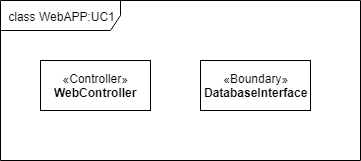
Above: Arkitektur/System Sekvens Diagrammer/USECASE1RPICLAS.png in MkLJensen/iFollow (draw.io), before the change. Source tidied: cells renumbered, new cells last; positions are measured from the earlier drawing's top-left corner, leaving out a move shared by most shapes.
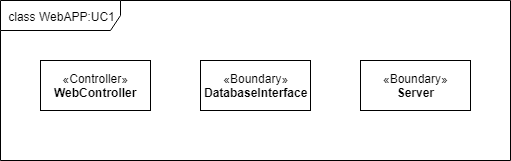
After the commit.

Change to the diagram source:
```diff
@@ -3,7 +3,7 @@
     <mxCell id="0" />
     <mxCell id="1" parent="0" />
     <mxCell id="2" value="class WebAPP:UC1" style="shape=umlFrame;whiteSpace=wrap;html=1;width=120;height=30;" parent="1" vertex="1">
-      <mxGeometry width="360" height="160" as="geometry" />
+      <mxGeometry width="510" height="160" as="geometry" />
     </mxCell>
     <mxCell id="3" value="«Controller»&lt;br&gt;&lt;b&gt;WebController&lt;/b&gt;&lt;br&gt;" style="html=1;" parent="1" vertex="1">
       <mxGeometry x="40" y="60" width="110" height="50" as="geometry" />
@@ -11,5 +11,8 @@
     <mxCell id="4" value="«Boundary»&lt;br&gt;&lt;b&gt;DatabaseInterface&lt;/b&gt;&lt;br&gt;" style="html=1;" parent="1" vertex="1">
       <mxGeometry x="200" y="60" width="110" height="50" as="geometry" />
     </mxCell>
+    <mxCell id="5" value="«Boundary»&lt;br&gt;&lt;b&gt;Server&lt;/b&gt;&lt;br&gt;" style="html=1;" parent="1" vertex="1">
+      <mxGeometry x="360" y="60" width="110" height="50" as="geometry" />
+    </mxCell>
   </root>
 </mxGraphModel>
```
